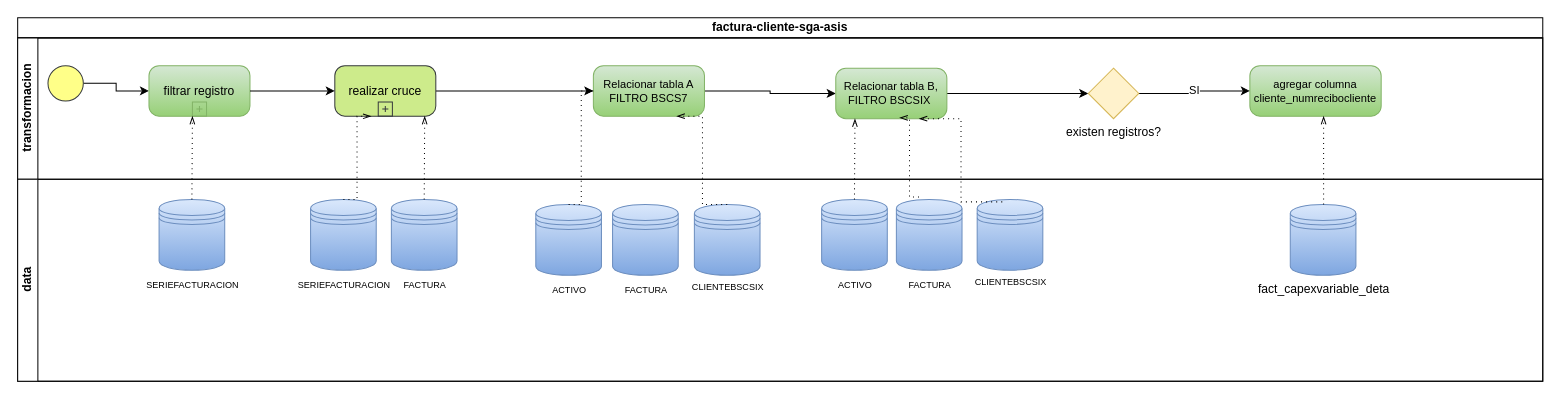
The draw.io diagram bpm-factura-cliente-sga-ASIS.drawio in carlsromec/procesos-diagramas, before the edit. Source tidied: cells renumbered, new cells numbered last; positions are measured from the earlier drawing's top-left corner, leaving out a move shared by most shapes. Both pictures are drawn from the tidied source at 101%, with x=0, y=0 at pixel (17, 17).
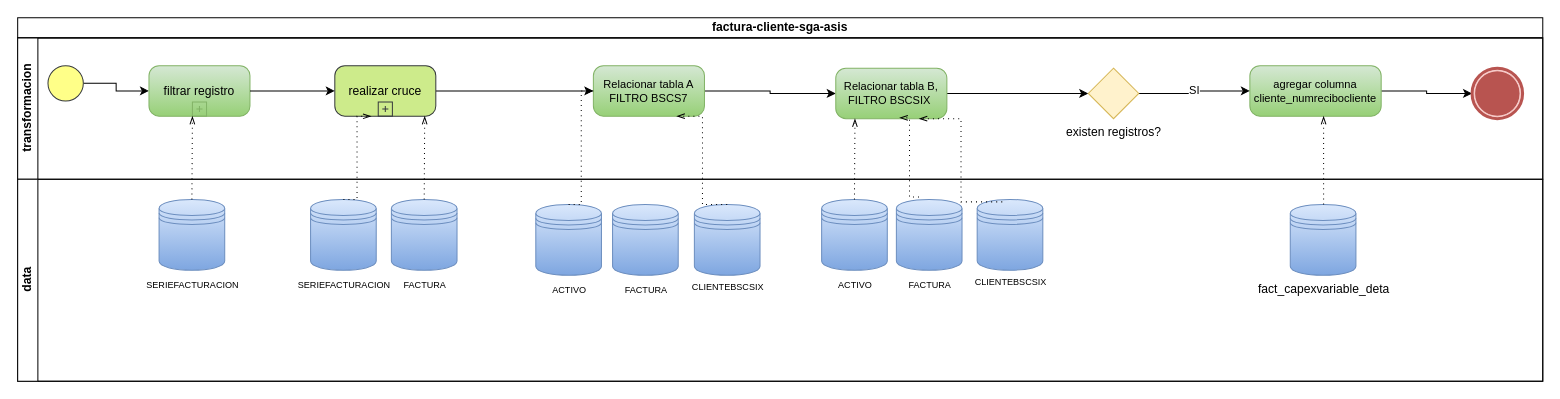
The same page after the edit.

The change refers to these unchanged cells:
```xml
<mxCell id="3" value="transformacion" style="swimlane;html=1;startSize=20;horizontal=0;" parent="2" vertex="1">
  <mxGeometry y="20" width="1510" height="140" as="geometry" />
</mxCell>
<mxCell id="12" value="agregar columna&lt;br&gt;cliente_numrecibocliente" style="points=[[0.25,0,0],[0.5,0,0],[0.75,0,0],[1,0.25,0],[1,0.5,0],[1,0.75,0],[0.75,1,0],[0.5,1,0],[0.25,1,0],[0,0.75,0],[0,0.5,0],[0,0.25,0]];shape=mxgraph.bpmn.task;whiteSpace=wrap;rectStyle=rounded;size=10;html=1;taskMarker=abstract;fontSize=11;fillColor=#d5e8d4;gradientColor=#97d077;strokeColor=#82b366;" parent="3" vertex="1">
  <mxGeometry x="1220" y="27.5" width="130" height="50" as="geometry" />
</mxCell>
```

The edit, as a diff of the source:
```diff
@@
+    <mxCell id="38" style="edgeStyle=orthogonalEdgeStyle;rounded=0;jettySize=auto;html=1;" parent="3" edge="1" source="12" target="39">
+      <mxGeometry relative="1" as="geometry" />
+    </mxCell>
@@
+    <mxCell id="39" style="points=[[0.145,0.145,0],[0.5,0,0],[0.855,0.145,0],[1,0.5,0],[0.855,0.855,0],[0.5,1,0],[0.145,0.855,0],[0,0.5,0]];shape=mxgraph.bpmn.event;html=1;verticalLabelPosition=bottom;labelBackgroundColor=#ffffff;verticalAlign=top;align=center;perimeter=ellipsePerimeter;outlineConnect=0;outline=end;symbol=terminate;fillColor=#f8cecc;strokeColor=#b85450;" parent="3" vertex="1">
+      <mxGeometry x="1440" y="30" width="50" height="50" as="geometry" />
+    </mxCell>
```
